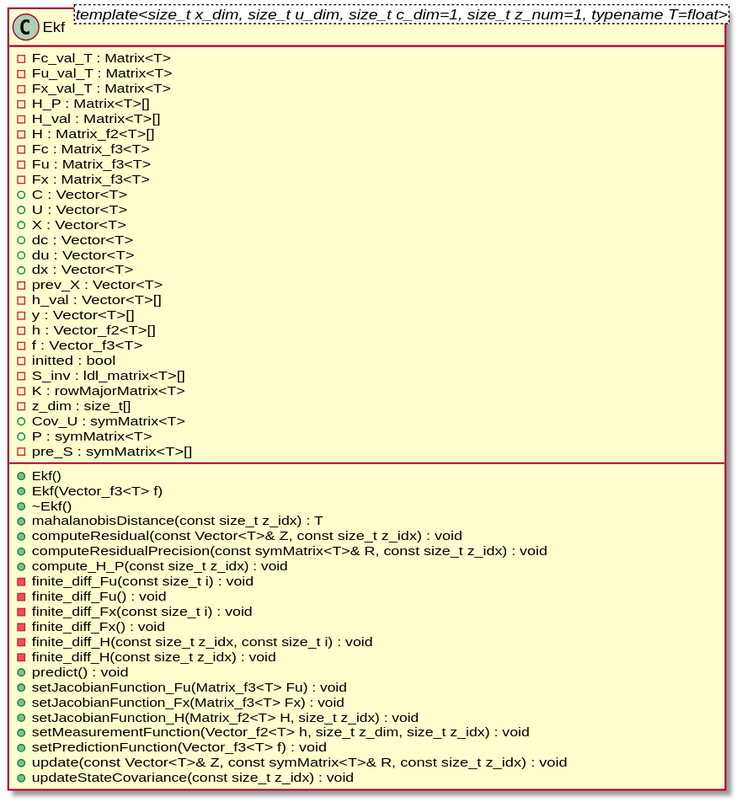
Earlier version of the PlantUML export docs/architecture/classDiagram.svg (robinAZERTY/bayesian_filter).
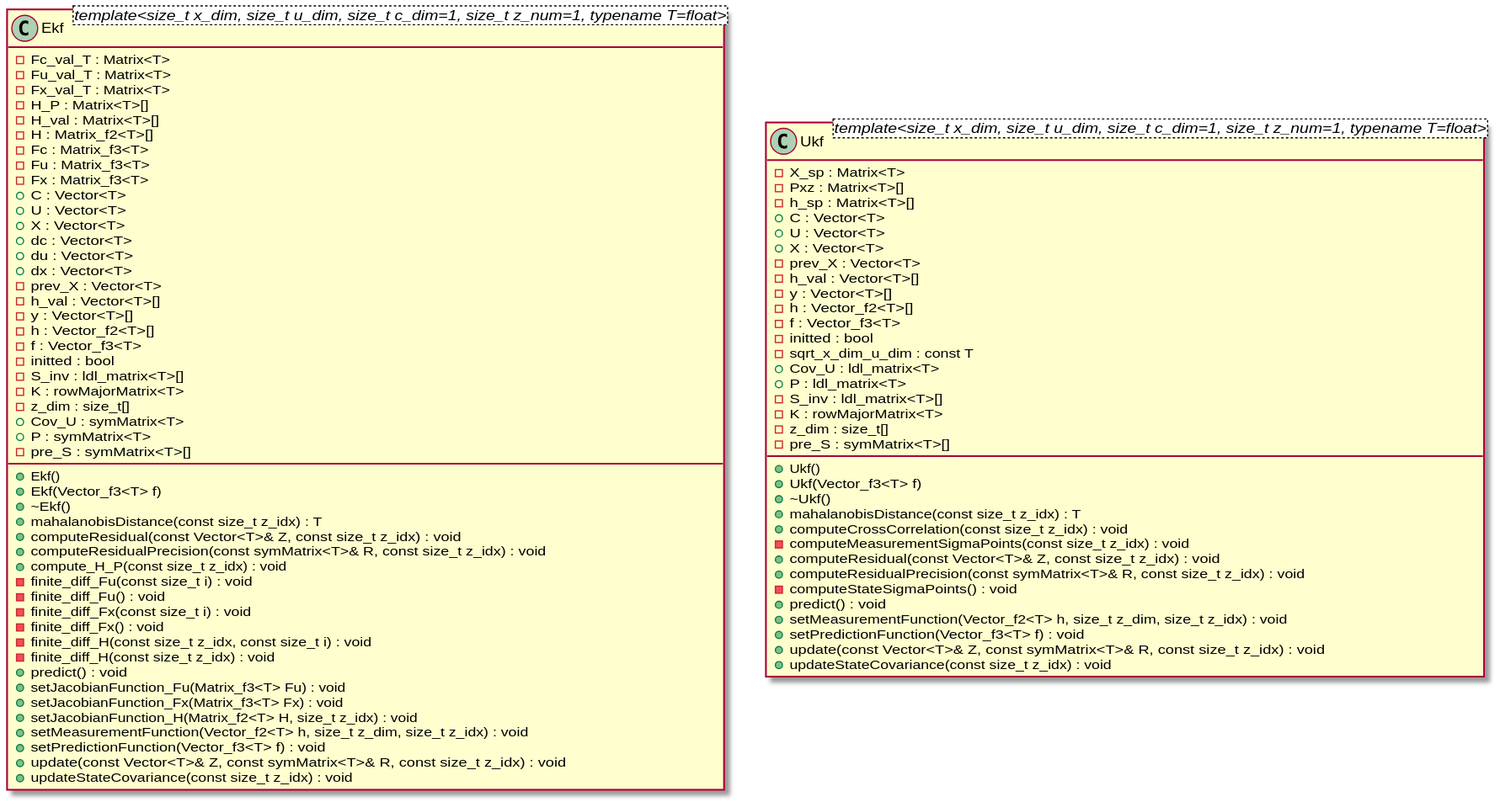
After the commit.

Commit message:
Updated UML diagram

What changed in the source:
```diff
@@ -57,6 +57,43 @@
 }
 
 
+class Ukf <template<size_t x_dim, size_t u_dim, size_t c_dim=1, size_t z_num=1, typename T=float>> {
+	+Ukf()
+	+Ukf(Vector_f3<T> f)
+	+~Ukf()
+	-X_sp : Matrix<T>
+	-Pxz : Matrix<T>[]
+	-h_sp : Matrix<T>[]
+	+mahalanobisDistance(const size_t z_idx) : T
+	+C : Vector<T>
+	+U : Vector<T>
+	+X : Vector<T>
+	-prev_X : Vector<T>
+	-h_val : Vector<T>[]
+	-y : Vector<T>[]
+	-h : Vector_f2<T>[]
+	-f : Vector_f3<T>
+	-initted : bool
+	-sqrt_x_dim_u_dim : const T
+	+Cov_U : ldl_matrix<T>
+	+P : ldl_matrix<T>
+	-S_inv : ldl_matrix<T>[]
+	-K : rowMajorMatrix<T>
+	-z_dim : size_t[]
+	-pre_S : symMatrix<T>[]
+	+computeCrossCorrelation(const size_t z_idx) : void
+	-computeMeasurementSigmaPoints(const size_t z_idx) : void
+	+computeResidual(const Vector<T>& Z, const size_t z_idx) : void
+	+computeResidualPrecision(const symMatrix<T>& R, const size_t z_idx) : void
+	-computeStateSigmaPoints() : void
+	+predict() : void
+	+setMeasurementFunction(Vector_f2<T> h, size_t z_dim, size_t z_idx) : void
+	+setPredictionFunction(Vector_f3<T> f) : void
+	+update(const Vector<T>& Z, const symMatrix<T>& R, const size_t z_idx) : void
+	+updateStateCovariance(const size_t z_idx) : void
+}
+
+
 
 
 
```
